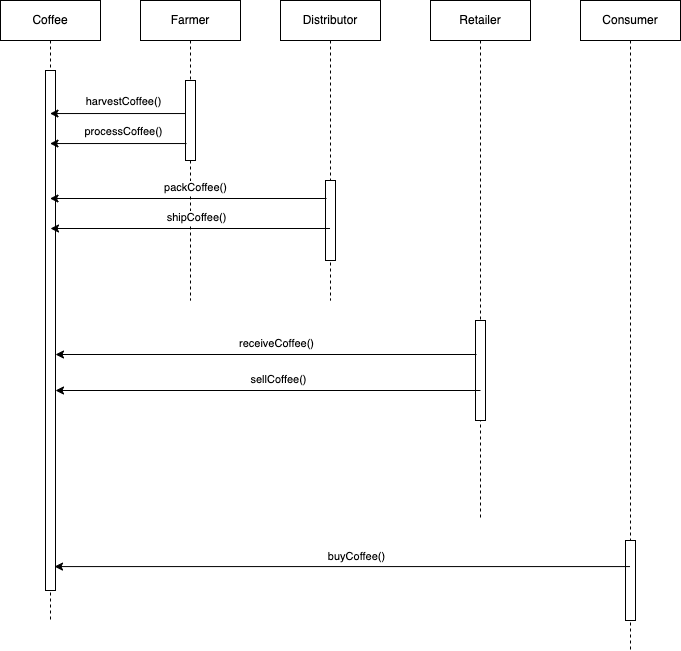
The draw.io diagram images/uml/coffee_supply_chain_sequence_diagram.drawio.png in carloliwanag/coffee-supply-chain-assignment-3, before a commit. Source tidied: cells renumbered, new cells last; positions are measured from the earlier drawing's top-left corner, leaving out a move shared by most shapes. The source it was exported from:
```xml
<mxGraphModel>
  <root>
    <mxCell id="0" />
    <mxCell id="1" parent="0" />
    <mxCell id="2" value="Coffee" style="shape=umlLifeline;perimeter=lifelinePerimeter;whiteSpace=wrap;html=1;outlineConnect=0;" parent="1" vertex="1">
      <mxGeometry width="100" height="620" as="geometry" />
    </mxCell>
    <mxCell id="3" style="html=1;points=[];perimeter=orthogonalPerimeter;" parent="2" vertex="1">
      <mxGeometry x="45" y="70" width="10" height="520" as="geometry" />
    </mxCell>
    <mxCell id="4" value="Farmer" style="shape=umlLifeline;perimeter=lifelinePerimeter;whiteSpace=wrap;html=1;" parent="1" vertex="1">
      <mxGeometry x="140" width="100" height="300" as="geometry" />
    </mxCell>
    <mxCell id="5" style="html=1;points=[];perimeter=orthogonalPerimeter;" parent="4" vertex="1">
      <mxGeometry x="45" y="80" width="10" height="80" as="geometry" />
    </mxCell>
    <mxCell id="6" value="Distributor" style="shape=umlLifeline;perimeter=lifelinePerimeter;whiteSpace=wrap;html=1;outlineConnect=0;" parent="1" vertex="1">
      <mxGeometry x="280" width="100" height="300" as="geometry" />
    </mxCell>
    <mxCell id="7" style="html=1;points=[];perimeter=orthogonalPerimeter;" parent="6" vertex="1">
      <mxGeometry x="45" y="180" width="10" height="80" as="geometry" />
    </mxCell>
    <mxCell id="8" value="Retailer" style="shape=umlLifeline;perimeter=lifelinePerimeter;whiteSpace=wrap;html=1;" parent="1" vertex="1">
      <mxGeometry x="430" width="100" height="520" as="geometry" />
    </mxCell>
    <mxCell id="9" style="html=1;points=[];perimeter=orthogonalPerimeter;" parent="8" vertex="1">
      <mxGeometry x="45" y="320" width="10" height="100" as="geometry" />
    </mxCell>
    <mxCell id="10" value="Consumer" style="shape=umlLifeline;perimeter=lifelinePerimeter;whiteSpace=wrap;html=1;outlineConnect=0;" parent="1" vertex="1">
      <mxGeometry x="580" width="100" height="650" as="geometry" />
    </mxCell>
    <mxCell id="11" style="html=1;points=[];perimeter=orthogonalPerimeter;" parent="10" vertex="1">
      <mxGeometry x="45" y="540" width="10" height="80" as="geometry" />
    </mxCell>
    <mxCell id="12" style="endArrow=classic;html=1;exitX=0;exitY=0.413;exitDx=0;exitDy=0;exitPerimeter=0;" parent="1" edge="1" source="5" target="2">
      <mxGeometry relative="1" as="geometry" />
    </mxCell>
    <mxCell id="13" value="harvestCoffee()" style="edgeLabel;html=1;align=center;verticalAlign=middle;" parent="12" vertex="1">
      <mxGeometry x="-0.05" y="-1" relative="1" as="geometry">
        <mxPoint x="1" y="-12" as="offset" />
      </mxGeometry>
    </mxCell>
    <mxCell id="14" style="endArrow=classic;html=1;exitX=0.1;exitY=0.788;exitDx=0;exitDy=0;exitPerimeter=0;" parent="1" edge="1" source="5" target="2">
      <mxGeometry relative="1" as="geometry" />
    </mxCell>
    <mxCell id="15" value="processCoffee()" style="edgeLabel;html=1;align=center;verticalAlign=middle;" parent="14" vertex="1">
      <mxGeometry x="-0.05" y="-1" relative="1" as="geometry">
        <mxPoint x="1" y="-12" as="offset" />
      </mxGeometry>
    </mxCell>
    <mxCell id="16" style="endArrow=classic;html=1;exitX=0.1;exitY=0.225;exitDx=0;exitDy=0;exitPerimeter=0;" parent="1" edge="1" source="7" target="2">
      <mxGeometry relative="1" as="geometry" />
    </mxCell>
    <mxCell id="17" value="packCoffee()" style="edgeLabel;html=1;align=center;verticalAlign=middle;" parent="16" vertex="1">
      <mxGeometry x="-0.05" y="-1" relative="1" as="geometry">
        <mxPoint x="-1" y="-10" as="offset" />
      </mxGeometry>
    </mxCell>
    <mxCell id="18" style="endArrow=classic;html=1;" parent="1" edge="1" source="6">
      <mxGeometry relative="1" as="geometry">
        <mxPoint x="50" y="228" as="targetPoint" />
      </mxGeometry>
    </mxCell>
    <mxCell id="19" value="shipCoffee()" style="edgeLabel;html=1;align=center;verticalAlign=middle;" parent="18" vertex="1">
      <mxGeometry x="-0.05" y="-1" relative="1" as="geometry">
        <mxPoint x="-1" y="-10" as="offset" />
      </mxGeometry>
    </mxCell>
    <mxCell id="20" style="endArrow=classic;html=1;exitX=0.1;exitY=0.34;exitDx=0;exitDy=0;exitPerimeter=0;" parent="1" edge="1" source="9" target="3">
      <mxGeometry relative="1" as="geometry" />
    </mxCell>
    <mxCell id="21" value="receiveCoffee()" style="edgeLabel;html=1;align=center;verticalAlign=middle;" parent="20" vertex="1">
      <mxGeometry x="-0.05" y="-1" relative="1" as="geometry">
        <mxPoint x="-1" y="-10" as="offset" />
      </mxGeometry>
    </mxCell>
    <mxCell id="22" style="endArrow=classic;html=1;exitX=0.5;exitY=0.7;exitDx=0;exitDy=0;exitPerimeter=0;" parent="1" edge="1" source="9" target="3">
      <mxGeometry relative="1" as="geometry" />
    </mxCell>
    <mxCell id="23" value="sellCoffee()" style="edgeLabel;html=1;align=center;verticalAlign=middle;" parent="22" vertex="1">
      <mxGeometry x="-0.05" y="-1" relative="1" as="geometry">
        <mxPoint x="-1" y="-10" as="offset" />
      </mxGeometry>
    </mxCell>
    <mxCell id="24" style="endArrow=classic;html=1;entryX=0.9;entryY=0.954;entryDx=0;entryDy=0;entryPerimeter=0;" parent="1" edge="1" source="10" target="3">
      <mxGeometry relative="1" as="geometry" />
    </mxCell>
    <mxCell id="25" value="buyCoffee()" style="edgeLabel;html=1;align=center;verticalAlign=middle;" parent="24" vertex="1">
      <mxGeometry x="-0.05" y="-1" relative="1" as="geometry">
        <mxPoint x="-1" y="-10" as="offset" />
      </mxGeometry>
    </mxCell>
  </root>
</mxGraphModel>
```
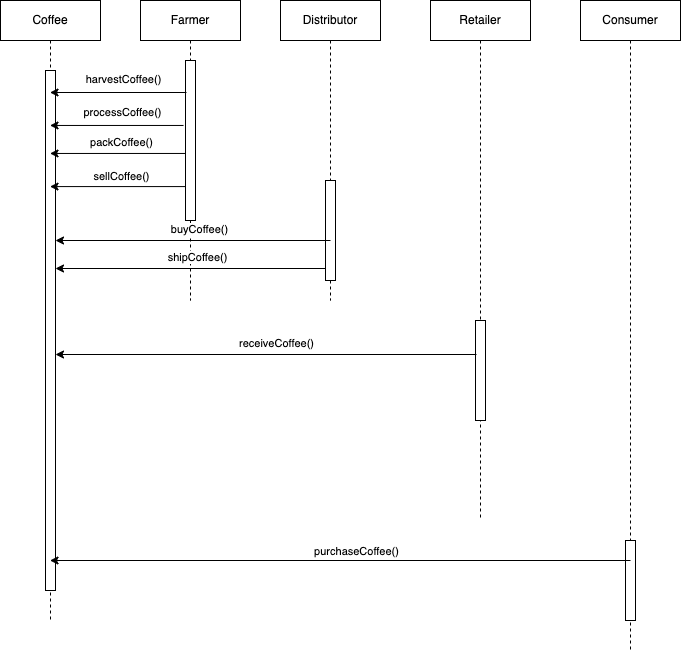
The same diagram one commit later.

Change to the diagram source:
```diff
@@ -12,13 +12,13 @@
       <mxGeometry x="140" width="100" height="300" as="geometry" />
     </mxCell>
     <mxCell id="5" style="html=1;points=[];perimeter=orthogonalPerimeter;" parent="4" vertex="1">
-      <mxGeometry x="45" y="80" width="10" height="80" as="geometry" />
+      <mxGeometry x="45" y="60" width="10" height="160" as="geometry" />
     </mxCell>
     <mxCell id="6" value="Distributor" style="shape=umlLifeline;perimeter=lifelinePerimeter;whiteSpace=wrap;html=1;outlineConnect=0;" parent="1" vertex="1">
       <mxGeometry x="280" width="100" height="300" as="geometry" />
     </mxCell>
     <mxCell id="7" style="html=1;points=[];perimeter=orthogonalPerimeter;" parent="6" vertex="1">
-      <mxGeometry x="45" y="180" width="10" height="80" as="geometry" />
+      <mxGeometry x="45" y="180" width="10" height="100" as="geometry" />
     </mxCell>
     <mxCell id="8" value="Retailer" style="shape=umlLifeline;perimeter=lifelinePerimeter;whiteSpace=wrap;html=1;" parent="1" vertex="1">
       <mxGeometry x="430" width="100" height="520" as="geometry" />
@@ -32,7 +32,7 @@
     <mxCell id="11" style="html=1;points=[];perimeter=orthogonalPerimeter;" parent="10" vertex="1">
       <mxGeometry x="45" y="540" width="10" height="80" as="geometry" />
     </mxCell>
-    <mxCell id="12" style="endArrow=classic;html=1;exitX=0;exitY=0.413;exitDx=0;exitDy=0;exitPerimeter=0;" parent="1" edge="1" source="5" target="2">
+    <mxCell id="12" style="endArrow=classic;html=1;exitX=0.1;exitY=0.2;exitDx=0;exitDy=0;exitPerimeter=0;" parent="1" edge="1" source="5" target="2">
       <mxGeometry relative="1" as="geometry" />
     </mxCell>
     <mxCell id="13" value="harvestCoffee()" style="edgeLabel;html=1;align=center;verticalAlign=middle;" parent="12" vertex="1">
@@ -40,7 +40,7 @@
         <mxPoint x="1" y="-12" as="offset" />
       </mxGeometry>
     </mxCell>
-    <mxCell id="14" style="endArrow=classic;html=1;exitX=0.1;exitY=0.788;exitDx=0;exitDy=0;exitPerimeter=0;" parent="1" edge="1" source="5" target="2">
+    <mxCell id="14" style="endArrow=classic;html=1;exitX=-0.2;exitY=0.406;exitDx=0;exitDy=0;exitPerimeter=0;" parent="1" edge="1" source="5" target="2">
       <mxGeometry relative="1" as="geometry" />
     </mxCell>
     <mxCell id="15" value="processCoffee()" style="edgeLabel;html=1;align=center;verticalAlign=middle;" parent="14" vertex="1">
@@ -48,7 +48,7 @@
         <mxPoint x="1" y="-12" as="offset" />
       </mxGeometry>
     </mxCell>
-    <mxCell id="16" style="endArrow=classic;html=1;exitX=0.1;exitY=0.225;exitDx=0;exitDy=0;exitPerimeter=0;" parent="1" edge="1" source="7" target="2">
+    <mxCell id="16" style="endArrow=classic;html=1;exitX=0;exitY=0.581;exitDx=0;exitDy=0;exitPerimeter=0;" parent="1" edge="1" source="5" target="2">
       <mxGeometry relative="1" as="geometry" />
     </mxCell>
     <mxCell id="17" value="packCoffee()" style="edgeLabel;html=1;align=center;verticalAlign=middle;" parent="16" vertex="1">
@@ -56,10 +56,8 @@
         <mxPoint x="-1" y="-10" as="offset" />
       </mxGeometry>
     </mxCell>
-    <mxCell id="18" style="endArrow=classic;html=1;" parent="1" edge="1" source="6">
-      <mxGeometry relative="1" as="geometry">
-        <mxPoint x="50" y="228" as="targetPoint" />
-      </mxGeometry>
+    <mxCell id="18" style="endArrow=classic;html=1;exitX=0;exitY=0.88;exitDx=0;exitDy=0;exitPerimeter=0;" parent="1" edge="1" source="7" target="3">
+      <mxGeometry relative="1" as="geometry" />
     </mxCell>
     <mxCell id="19" value="shipCoffee()" style="edgeLabel;html=1;align=center;verticalAlign=middle;" parent="18" vertex="1">
       <mxGeometry x="-0.05" y="-1" relative="1" as="geometry">
@@ -74,7 +72,7 @@
         <mxPoint x="-1" y="-10" as="offset" />
       </mxGeometry>
     </mxCell>
-    <mxCell id="22" style="endArrow=classic;html=1;exitX=0.5;exitY=0.7;exitDx=0;exitDy=0;exitPerimeter=0;" parent="1" edge="1" source="9" target="3">
+    <mxCell id="22" style="endArrow=classic;html=1;exitX=0;exitY=0.788;exitDx=0;exitDy=0;exitPerimeter=0;" parent="1" edge="1" source="5" target="2">
       <mxGeometry relative="1" as="geometry" />
     </mxCell>
     <mxCell id="23" value="sellCoffee()" style="edgeLabel;html=1;align=center;verticalAlign=middle;" parent="22" vertex="1">
@@ -82,13 +80,23 @@
         <mxPoint x="-1" y="-10" as="offset" />
       </mxGeometry>
     </mxCell>
-    <mxCell id="24" style="endArrow=classic;html=1;entryX=0.9;entryY=0.954;entryDx=0;entryDy=0;entryPerimeter=0;" parent="1" edge="1" source="10" target="3">
-      <mxGeometry relative="1" as="geometry" />
+    <mxCell id="24" style="endArrow=classic;html=1;" parent="1" edge="1" target="3">
+      <mxGeometry relative="1" as="geometry">
+        <mxPoint x="330" y="240" as="sourcePoint" />
+      </mxGeometry>
     </mxCell>
     <mxCell id="25" value="buyCoffee()" style="edgeLabel;html=1;align=center;verticalAlign=middle;" parent="24" vertex="1">
       <mxGeometry x="-0.05" y="-1" relative="1" as="geometry">
         <mxPoint x="-1" y="-10" as="offset" />
       </mxGeometry>
     </mxCell>
+    <mxCell id="26" style="endArrow=classic;html=1;rounded=0;exitX=0.5;exitY=0.25;exitDx=0;exitDy=0;exitPerimeter=0;" parent="1" edge="1" source="11" target="2">
+      <mxGeometry relative="1" as="geometry" />
+    </mxCell>
+    <mxCell id="27" value="purchaseCoffee()" style="edgeLabel;html=1;align=center;verticalAlign=middle;" parent="26" vertex="1">
+      <mxGeometry x="-0.07" y="2" relative="1" as="geometry">
+        <mxPoint x="-4" y="-12" as="offset" />
+      </mxGeometry>
+    </mxCell>
   </root>
 </mxGraphModel>
```
